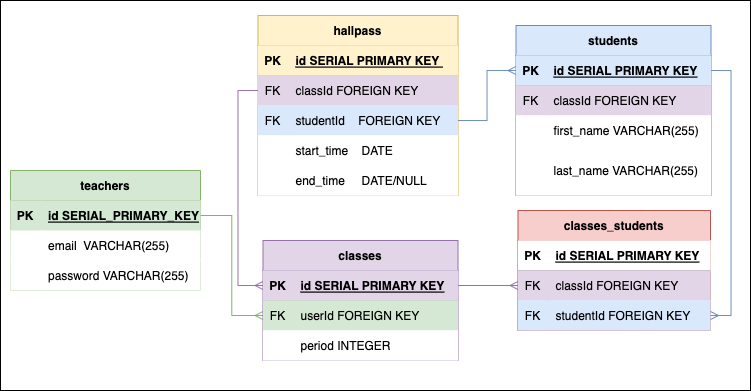
Earlier version of the draw.io export hallpassERD.drawio.png (snacksident/hallpass-logger). Source tidied: cells renumbered, new cells last; positions are measured from the earlier drawing's top-left corner, leaving out a move shared by most shapes.
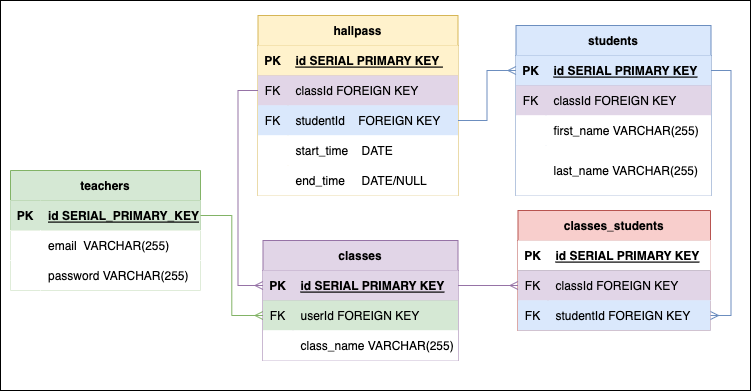
Later version of the same file.

Change to the diagram source:
```diff
@@ -104,7 +104,7 @@
     <mxCell id="35" style="shape=partialRectangle;fillColor=#FFFFFF;top=0;left=0;bottom=0;right=0;overflow=hidden;strokeColor=#009900;" parent="34" vertex="1">
       <mxGeometry width="30" height="30" as="geometry" />
     </mxCell>
-    <mxCell id="36" value="period INTEGER" style="shape=partialRectangle;fillColor=#FFFFFF;top=0;left=0;bottom=0;right=0;align=left;spacingLeft=6;overflow=hidden;strokeColor=#009900;" parent="34" vertex="1">
+    <mxCell id="36" value="class_name VARCHAR(255)" style="shape=partialRectangle;fillColor=#FFFFFF;top=0;left=0;bottom=0;right=0;align=left;spacingLeft=6;overflow=hidden;strokeColor=#009900;" parent="34" vertex="1">
       <mxGeometry x="30" width="165" height="30" as="geometry" />
     </mxCell>
     <mxCell id="37" value="classes_students" style="shape=table;startSize=30;rowLines=0;fontStyle=1;align=center;strokeColor=#b85450;fillColor=#f8cecc;" parent="1" vertex="1">
```
